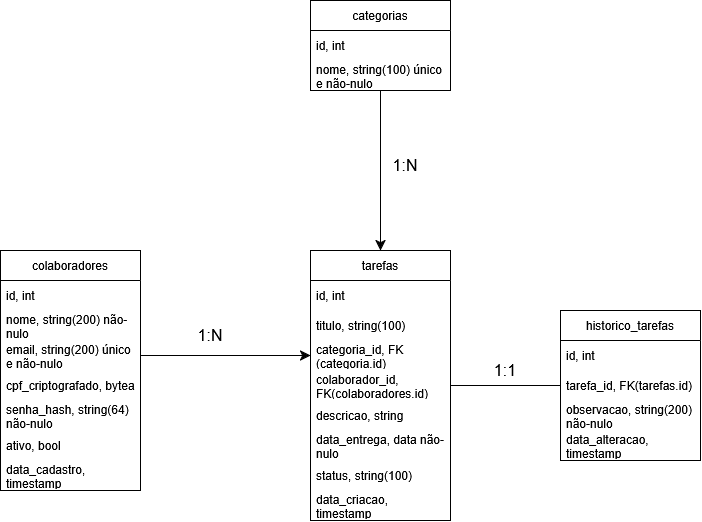
This is DER.png from lorenzo-foda/saep-repostorio, a draw.io export, as it was before one commit. Source tidied: cells renumbered, new cells last; positions are measured from the earlier drawing's top-left corner, leaving out a move shared by most shapes.
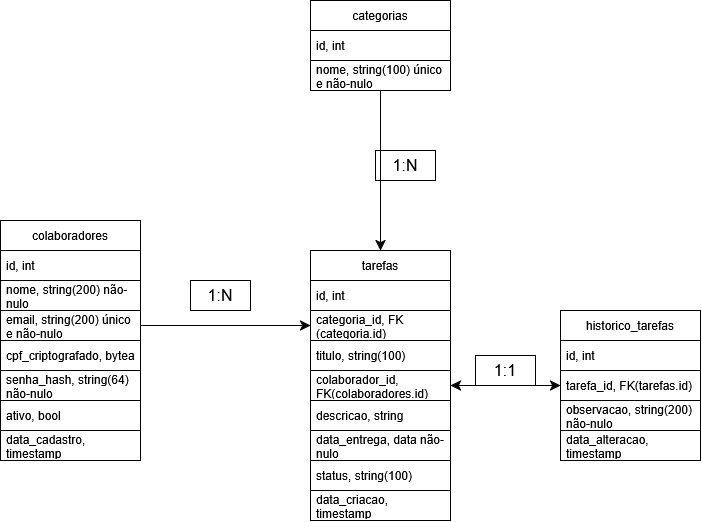
The same file after the commit.

Change to the diagram source:
```diff
@@ -1,98 +1,98 @@
-<mxGraphModel>
+<mxGraphModel background="light-dark(#FFFFFF,#FFFFFF)">
   <root>
     <mxCell id="0" />
     <mxCell id="1" parent="0" />
-    <mxCell id="2" value="colaboradores" style="swimlane;fontStyle=0;horizontal=1;startSize=30;whiteSpace=wrap;html=1;" parent="1" vertex="1">
-      <mxGeometry y="250" width="140" height="240" as="geometry" />
+    <mxCell id="2" value="colaboradores" style="swimlane;fontStyle=0;horizontal=1;startSize=30;whiteSpace=wrap;html=1;strokeColor=default;fontColor=light-dark(default, #ffffff);fillColor=none;" parent="1" vertex="1">
+      <mxGeometry y="220" width="140" height="240" as="geometry" />
     </mxCell>
-    <mxCell id="3" value="id, int" style="text;strokeColor=none;fillColor=none;align=left;verticalAlign=middle;spacingLeft=4;spacingRight=4;overflow=hidden;whiteSpace=wrap;html=1;" parent="2" vertex="1">
+    <mxCell id="3" value="id, int" style="text;strokeColor=default;fillColor=none;align=left;verticalAlign=middle;spacingLeft=4;spacingRight=4;overflow=hidden;whiteSpace=wrap;html=1;fontColor=light-dark(default, #ffffff);" parent="2" vertex="1">
       <mxGeometry y="30" width="140" height="30" as="geometry" />
     </mxCell>
-    <mxCell id="4" value="nome, string(200) não-nulo" style="text;strokeColor=none;fillColor=none;align=left;verticalAlign=middle;spacingLeft=4;spacingRight=4;overflow=hidden;whiteSpace=wrap;html=1;" parent="2" vertex="1">
+    <mxCell id="4" value="nome, string(200) não-nulo" style="text;strokeColor=default;fillColor=none;align=left;verticalAlign=middle;spacingLeft=4;spacingRight=4;overflow=hidden;whiteSpace=wrap;html=1;fontColor=light-dark(default, #ffffff);" parent="2" vertex="1">
       <mxGeometry y="60" width="140" height="30" as="geometry" />
     </mxCell>
-    <mxCell id="5" value="email, string(200) único e não-nulo" style="text;strokeColor=none;fillColor=none;align=left;verticalAlign=middle;spacingLeft=4;spacingRight=4;overflow=hidden;points=[[0,0.5],[1,0.5]];portConstraint=eastwest;whiteSpace=wrap;html=1;" parent="2" vertex="1">
+    <mxCell id="5" value="email, string(200) único e não-nulo" style="text;strokeColor=default;fillColor=none;align=left;verticalAlign=middle;spacingLeft=4;spacingRight=4;overflow=hidden;points=[[0,0.5],[1,0.5]];portConstraint=eastwest;whiteSpace=wrap;html=1;fontColor=light-dark(default, #ffffff);" parent="2" vertex="1">
       <mxGeometry y="90" width="140" height="30" as="geometry" />
     </mxCell>
-    <mxCell id="6" value="cpf_criptografado, bytea" style="text;strokeColor=none;fillColor=none;align=left;verticalAlign=middle;spacingLeft=4;spacingRight=4;overflow=hidden;whiteSpace=wrap;html=1;" parent="2" vertex="1">
+    <mxCell id="6" value="cpf_criptografado, bytea" style="text;strokeColor=default;fillColor=none;align=left;verticalAlign=middle;spacingLeft=4;spacingRight=4;overflow=hidden;whiteSpace=wrap;html=1;fontColor=light-dark(default, #ffffff);" parent="2" vertex="1">
       <mxGeometry y="120" width="140" height="30" as="geometry" />
     </mxCell>
-    <mxCell id="7" value="senha_hash, string(64) não-nulo" style="text;strokeColor=none;fillColor=none;align=left;verticalAlign=middle;spacingLeft=4;spacingRight=4;overflow=hidden;whiteSpace=wrap;html=1;" parent="2" vertex="1">
+    <mxCell id="7" value="senha_hash, string(64) não-nulo" style="text;strokeColor=default;fillColor=none;align=left;verticalAlign=middle;spacingLeft=4;spacingRight=4;overflow=hidden;whiteSpace=wrap;html=1;fontColor=light-dark(default, #ffffff);" parent="2" vertex="1">
       <mxGeometry y="150" width="140" height="30" as="geometry" />
     </mxCell>
-    <mxCell id="8" value="ativo, bool" style="text;strokeColor=none;fillColor=none;align=left;verticalAlign=middle;spacingLeft=4;spacingRight=4;overflow=hidden;whiteSpace=wrap;html=1;" parent="2" vertex="1">
+    <mxCell id="8" value="ativo, bool" style="text;strokeColor=default;fillColor=none;align=left;verticalAlign=middle;spacingLeft=4;spacingRight=4;overflow=hidden;whiteSpace=wrap;html=1;fontColor=light-dark(default, #ffffff);" parent="2" vertex="1">
       <mxGeometry y="180" width="140" height="30" as="geometry" />
     </mxCell>
-    <mxCell id="9" value="data_cadastro, timestamp" style="text;strokeColor=none;fillColor=none;align=left;verticalAlign=middle;spacingLeft=4;spacingRight=4;overflow=hidden;whiteSpace=wrap;html=1;" parent="2" vertex="1">
+    <mxCell id="9" value="data_cadastro, timestamp" style="text;strokeColor=default;fillColor=none;align=left;verticalAlign=middle;spacingLeft=4;spacingRight=4;overflow=hidden;whiteSpace=wrap;html=1;fontColor=light-dark(default, #ffffff);" parent="2" vertex="1">
       <mxGeometry y="210" width="140" height="30" as="geometry" />
     </mxCell>
-    <mxCell id="10" value="categorias" style="swimlane;fontStyle=0;horizontal=1;startSize=30;whiteSpace=wrap;html=1;" parent="1" vertex="1">
+    <mxCell id="10" value="categorias" style="swimlane;fontStyle=0;horizontal=1;startSize=30;whiteSpace=wrap;html=1;strokeColor=light-dark(#000000,#FFFFFF);fontColor=light-dark(default, #ffffff);fillColor=none;" parent="1" vertex="1">
       <mxGeometry x="310" width="140" height="90" as="geometry" />
     </mxCell>
-    <mxCell id="11" value="id, int" style="text;strokeColor=none;fillColor=none;align=left;verticalAlign=middle;spacingLeft=4;spacingRight=4;overflow=hidden;whiteSpace=wrap;html=1;" parent="10" vertex="1">
+    <mxCell id="11" value="id, int" style="text;strokeColor=light-dark(#000000,#FFFFFF);fillColor=none;align=left;verticalAlign=middle;spacingLeft=4;spacingRight=4;overflow=hidden;whiteSpace=wrap;html=1;fontColor=light-dark(default, #ffffff);" parent="10" vertex="1">
       <mxGeometry y="30" width="140" height="30" as="geometry" />
     </mxCell>
-    <mxCell id="12" value="nome, string(100) único e não-nulo" style="text;strokeColor=none;fillColor=none;align=left;verticalAlign=middle;spacingLeft=4;spacingRight=4;overflow=hidden;whiteSpace=wrap;html=1;" parent="10" vertex="1">
+    <mxCell id="12" value="nome, string(100) único e não-nulo" style="text;strokeColor=light-dark(#000000,#FFFFFF);fillColor=none;align=left;verticalAlign=middle;spacingLeft=4;spacingRight=4;overflow=hidden;whiteSpace=wrap;html=1;fontColor=light-dark(default, #ffffff);" parent="10" vertex="1">
       <mxGeometry y="60" width="140" height="30" as="geometry" />
     </mxCell>
-    <mxCell id="13" value="tarefas" style="swimlane;fontStyle=0;horizontal=1;startSize=30;whiteSpace=wrap;html=1;" parent="1" vertex="1">
+    <mxCell id="13" value="tarefas" style="swimlane;fontStyle=0;horizontal=1;startSize=30;whiteSpace=wrap;html=1;strokeColor=light-dark(#000000,#FFFFFF);fontColor=light-dark(default, #ffffff);fillColor=none;" parent="1" vertex="1">
       <mxGeometry x="310" y="250" width="140" height="270" as="geometry" />
     </mxCell>
-    <mxCell id="14" value="id, int" style="text;strokeColor=none;fillColor=none;align=left;verticalAlign=middle;spacingLeft=4;spacingRight=4;overflow=hidden;whiteSpace=wrap;html=1;" parent="13" vertex="1">
+    <mxCell id="14" value="id, int" style="text;strokeColor=light-dark(#000000,#FFFFFF);fillColor=none;align=left;verticalAlign=middle;spacingLeft=4;spacingRight=4;overflow=hidden;whiteSpace=wrap;html=1;fontColor=light-dark(default, #ffffff);" parent="13" vertex="1">
       <mxGeometry y="30" width="140" height="30" as="geometry" />
     </mxCell>
+    <mxCell id="16" value="categoria_id, FK (categoria.id)&amp;nbsp;" style="text;strokeColor=light-dark(#000000,#FFFFFF);fillColor=none;align=left;verticalAlign=middle;spacingLeft=4;spacingRight=4;overflow=hidden;points=[[0,0.5],[1,0.5]];portConstraint=eastwest;whiteSpace=wrap;html=1;fontColor=light-dark(default, #ffffff);" parent="13" vertex="1">
+      <mxGeometry y="60" width="140" height="30" as="geometry" />
+    </mxCell>
-    <mxCell id="15" value="titulo, string(100)" style="text;strokeColor=none;fillColor=none;align=left;verticalAlign=middle;spacingLeft=4;spacingRight=4;overflow=hidden;whiteSpace=wrap;html=1;" parent="13" vertex="1">
-      <mxGeometry y="60" width="140" height="30" as="geometry" />
+    <mxCell id="15" value="titulo, string(100)" style="text;strokeColor=light-dark(#000000,#FFFFFF);fillColor=none;align=left;verticalAlign=middle;spacingLeft=4;spacingRight=4;overflow=hidden;whiteSpace=wrap;html=1;fontColor=light-dark(default, #ffffff);" parent="13" vertex="1">
+      <mxGeometry y="90" width="140" height="30" as="geometry" />
     </mxCell>
-    <mxCell id="16" value="categoria_id, FK (categoria.id)&amp;nbsp;" style="text;strokeColor=none;fillColor=none;align=left;verticalAlign=middle;spacingLeft=4;spacingRight=4;overflow=hidden;points=[[0,0.5],[1,0.5]];portConstraint=eastwest;whiteSpace=wrap;html=1;" parent="13" vertex="1">
-      <mxGeometry y="90" width="140" height="30" as="geometry" />
-    </mxCell>
-    <mxCell id="17" value="colaborador_id, FK(colaboradores.id)" style="text;strokeColor=none;fillColor=none;align=left;verticalAlign=middle;spacingLeft=4;spacingRight=4;overflow=hidden;whiteSpace=wrap;html=1;" parent="13" vertex="1">
+    <mxCell id="17" value="colaborador_id, FK(colaboradores.id)" style="text;strokeColor=light-dark(#000000,#FFFFFF);fillColor=none;align=left;verticalAlign=middle;spacingLeft=4;spacingRight=4;overflow=hidden;whiteSpace=wrap;html=1;fontColor=light-dark(default, #ffffff);" parent="13" vertex="1">
       <mxGeometry y="120" width="140" height="30" as="geometry" />
     </mxCell>
-    <mxCell id="18" value="descricao, string" style="text;strokeColor=none;fillColor=none;align=left;verticalAlign=middle;spacingLeft=4;spacingRight=4;overflow=hidden;whiteSpace=wrap;html=1;" parent="13" vertex="1">
+    <mxCell id="18" value="descricao, string" style="text;strokeColor=light-dark(#000000,#FFFFFF);fillColor=none;align=left;verticalAlign=middle;spacingLeft=4;spacingRight=4;overflow=hidden;whiteSpace=wrap;html=1;fontColor=light-dark(default, #ffffff);" parent="13" vertex="1">
       <mxGeometry y="150" width="140" height="30" as="geometry" />
     </mxCell>
-    <mxCell id="19" value="data_entrega, data não-nulo" style="text;strokeColor=none;fillColor=none;align=left;verticalAlign=middle;spacingLeft=4;spacingRight=4;overflow=hidden;whiteSpace=wrap;html=1;" parent="13" vertex="1">
+    <mxCell id="19" value="data_entrega, data não-nulo" style="text;strokeColor=light-dark(#000000,#FFFFFF);fillColor=none;align=left;verticalAlign=middle;spacingLeft=4;spacingRight=4;overflow=hidden;whiteSpace=wrap;html=1;fontColor=light-dark(default, #ffffff);" parent="13" vertex="1">
       <mxGeometry y="180" width="140" height="30" as="geometry" />
     </mxCell>
-    <mxCell id="20" value="status, string(100)" style="text;strokeColor=none;fillColor=none;align=left;verticalAlign=middle;spacingLeft=4;spacingRight=4;overflow=hidden;whiteSpace=wrap;html=1;" parent="13" vertex="1">
+    <mxCell id="20" value="status, string(100)" style="text;strokeColor=light-dark(#000000,#FFFFFF);fillColor=none;align=left;verticalAlign=middle;spacingLeft=4;spacingRight=4;overflow=hidden;whiteSpace=wrap;html=1;fontColor=light-dark(default, #ffffff);" parent="13" vertex="1">
       <mxGeometry y="210" width="140" height="30" as="geometry" />
     </mxCell>
-    <mxCell id="21" value="data_criacao, timestamp" style="text;strokeColor=none;fillColor=none;align=left;verticalAlign=middle;spacingLeft=4;spacingRight=4;overflow=hidden;whiteSpace=wrap;html=1;" parent="13" vertex="1">
+    <mxCell id="21" value="data_criacao, timestamp" style="text;strokeColor=light-dark(#000000,#FFFFFF);fillColor=none;align=left;verticalAlign=middle;spacingLeft=4;spacingRight=4;overflow=hidden;whiteSpace=wrap;html=1;fontColor=light-dark(default, #ffffff);" parent="13" vertex="1">
       <mxGeometry y="240" width="140" height="30" as="geometry" />
     </mxCell>
-    <mxCell id="22" value="historico_tarefas" style="swimlane;fontStyle=0;horizontal=1;startSize=30;whiteSpace=wrap;html=1;" parent="1" vertex="1">
+    <mxCell id="22" value="&lt;span&gt;historico_tarefas&lt;/span&gt;" style="swimlane;fontStyle=0;horizontal=1;startSize=30;whiteSpace=wrap;html=1;strokeColor=light-dark(#000000,#FFFFFF);fontColor=light-dark(default, #ffffff);fillColor=none;" parent="1" vertex="1">
       <mxGeometry x="560" y="310" width="140" height="150" as="geometry" />
     </mxCell>
-    <mxCell id="23" value="id, int" style="text;strokeColor=none;fillColor=none;align=left;verticalAlign=middle;spacingLeft=4;spacingRight=4;overflow=hidden;whiteSpace=wrap;html=1;" parent="22" vertex="1">
+    <mxCell id="23" value="id, int" style="text;strokeColor=light-dark(#000000,#FFFFFF);fillColor=none;align=left;verticalAlign=middle;spacingLeft=4;spacingRight=4;overflow=hidden;whiteSpace=wrap;html=1;fontColor=light-dark(default, #ffffff);" parent="22" vertex="1">
       <mxGeometry y="30" width="140" height="30" as="geometry" />
     </mxCell>
-    <mxCell id="24" value="tarefa_id, FK(tarefas.id)" style="text;strokeColor=none;fillColor=none;align=left;verticalAlign=middle;spacingLeft=4;spacingRight=4;overflow=hidden;whiteSpace=wrap;html=1;" parent="22" vertex="1">
+    <mxCell id="24" value="tarefa_id, FK(tarefas.id)" style="text;strokeColor=light-dark(#000000,#FFFFFF);fillColor=none;align=left;verticalAlign=middle;spacingLeft=4;spacingRight=4;overflow=hidden;whiteSpace=wrap;html=1;fontColor=light-dark(default, #ffffff);" parent="22" vertex="1">
       <mxGeometry y="60" width="140" height="30" as="geometry" />
     </mxCell>
-    <mxCell id="25" value="observacao, string(200) não-nulo" style="text;strokeColor=none;fillColor=none;align=left;verticalAlign=middle;spacingLeft=4;spacingRight=4;overflow=hidden;whiteSpace=wrap;html=1;" parent="22" vertex="1">
+    <mxCell id="25" value="observacao, string(200) não-nulo" style="text;strokeColor=light-dark(#000000,#FFFFFF);fillColor=none;align=left;verticalAlign=middle;spacingLeft=4;spacingRight=4;overflow=hidden;whiteSpace=wrap;html=1;fontColor=light-dark(default, #ffffff);" parent="22" vertex="1">
       <mxGeometry y="90" width="140" height="30" as="geometry" />
     </mxCell>
-    <mxCell id="26" value="data_alteracao, timestamp" style="text;strokeColor=none;fillColor=none;align=left;verticalAlign=middle;spacingLeft=4;spacingRight=4;overflow=hidden;whiteSpace=wrap;html=1;" parent="22" vertex="1">
+    <mxCell id="26" value="data_alteracao, timestamp" style="text;strokeColor=light-dark(#000000,#FFFFFF);fillColor=none;align=left;verticalAlign=middle;spacingLeft=4;spacingRight=4;overflow=hidden;whiteSpace=wrap;html=1;fontColor=light-dark(default, #ffffff);" parent="22" vertex="1">
       <mxGeometry y="120" width="140" height="30" as="geometry" />
     </mxCell>
-    <mxCell id="27" style="endArrow=classic;html=1;rounded=0;fontSize=12;defaultLabelBackgroundColor=page;labelPadding=0 4;startSize=8;endSize=8;curved=1;entryX=0;entryY=0.5;entryDx=0;entryDy=0;exitX=1;exitY=0.5;exitDx=0;exitDy=0;endFill=1;" parent="1" edge="1" source="5" target="16">
+    <mxCell id="27" style="endArrow=classic;html=1;rounded=0;fontSize=12;defaultLabelBackgroundColor=page;labelPadding=0 4;startSize=8;endSize=8;curved=1;entryX=0;entryY=0.5;entryDx=0;entryDy=0;exitX=1;exitY=0.5;exitDx=0;exitDy=0;endFill=1;strokeColor=default;fontColor=light-dark(default, #ffffff);" parent="1" edge="1" source="5" target="16">
       <mxGeometry relative="1" as="geometry" />
     </mxCell>
-    <mxCell id="28" value="1:N" style="text;html=1;whiteSpace=wrap;strokeColor=none;fillColor=none;align=center;verticalAlign=middle;rounded=0;fontSize=16;" parent="1" vertex="1">
+    <mxCell id="28" value="1:N" style="text;html=1;whiteSpace=wrap;strokeColor=light-dark(#000000,#FFFFFF);fillColor=none;align=center;verticalAlign=middle;rounded=0;fontSize=16;fontColor=light-dark(default, #ffffff);" parent="1" vertex="1">
       <mxGeometry x="375" y="150" width="60" height="30" as="geometry" />
     </mxCell>
-    <mxCell id="29" style="endArrow=classic;html=1;rounded=0;fontSize=12;defaultLabelBackgroundColor=page;labelPadding=0 4;startSize=8;endSize=8;curved=1;exitX=0.5;exitY=1;exitDx=0;exitDy=0;entryX=0.5;entryY=0;entryDx=0;entryDy=0;startArrow=none;startFill=0;endFill=1;" parent="1" edge="1" source="10" target="13">
+    <mxCell id="29" style="endArrow=classic;html=1;rounded=0;fontSize=12;defaultLabelBackgroundColor=page;labelPadding=0 4;startSize=8;endSize=8;curved=1;exitX=0.5;exitY=1;exitDx=0;exitDy=0;entryX=0.5;entryY=0;entryDx=0;entryDy=0;startArrow=none;startFill=0;endFill=1;fontColor=light-dark(default, #ffffff);strokeColor=default;" parent="1" edge="1" source="10" target="13">
       <mxGeometry relative="1" as="geometry" />
     </mxCell>
-    <mxCell id="30" value="1:N" style="text;html=1;whiteSpace=wrap;strokeColor=none;fillColor=none;align=center;verticalAlign=middle;rounded=0;fontSize=16;" parent="1" vertex="1">
-      <mxGeometry x="180" y="320" width="60" height="30" as="geometry" />
+    <mxCell id="30" value="1:N" style="text;html=1;whiteSpace=wrap;strokeColor=default;fillColor=none;align=center;verticalAlign=middle;rounded=0;fontSize=16;fontColor=light-dark(default, #ffffff);" parent="1" vertex="1">
+      <mxGeometry x="190" y="280" width="60" height="30" as="geometry" />
     </mxCell>
-    <mxCell id="31" style="endArrow=none;html=1;rounded=0;fontSize=12;defaultLabelBackgroundColor=page;labelPadding=0 4;startSize=8;endSize=8;curved=1;exitX=1;exitY=0.5;exitDx=0;exitDy=0;entryX=0;entryY=0.5;entryDx=0;entryDy=0;startArrow=none;startFill=0;endFill=0;" parent="1" edge="1" source="13" target="22">
+    <mxCell id="31" style="endArrow=classic;html=1;rounded=0;fontSize=12;defaultLabelBackgroundColor=page;labelPadding=0 4;startSize=8;endSize=8;curved=1;exitX=1;exitY=0.5;exitDx=0;exitDy=0;entryX=0;entryY=0.5;entryDx=0;entryDy=0;startArrow=classic;startFill=1;endFill=1;strokeColor=light-dark(#000000,#FFFFFF);fontColor=light-dark(default, #ffffff);" parent="1" edge="1" source="13" target="22">
       <mxGeometry relative="1" as="geometry" />
     </mxCell>
-    <mxCell id="32" value="1:1" style="text;html=1;whiteSpace=wrap;strokeColor=none;fillColor=none;align=center;verticalAlign=middle;rounded=0;fontSize=16;" parent="1" vertex="1">
+    <mxCell id="32" value="1:1" style="text;html=1;whiteSpace=wrap;strokeColor=light-dark(#000000,#FFFFFF);fillColor=none;align=center;verticalAlign=middle;rounded=0;fontSize=16;fontColor=light-dark(default, #ffffff);" parent="1" vertex="1">
       <mxGeometry x="475" y="355" width="60" height="30" as="geometry" />
     </mxCell>
   </root>
```
